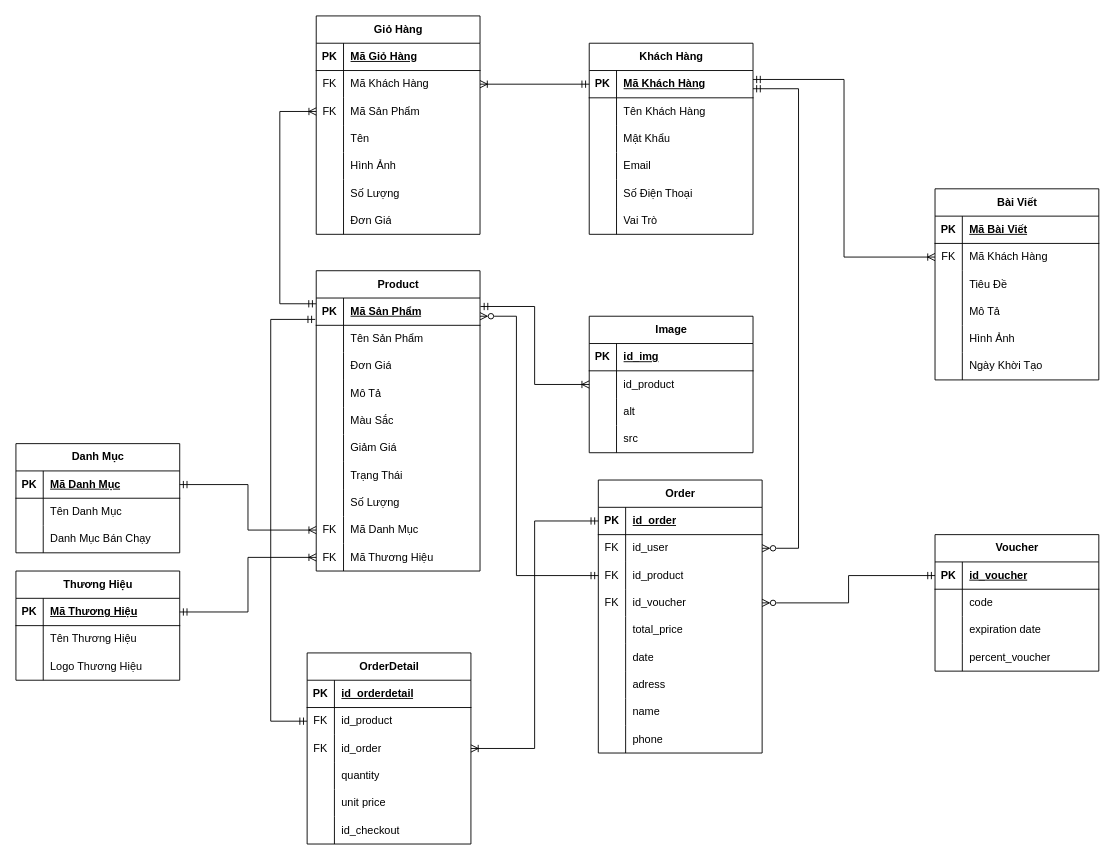
Earlier version of the draw.io diagram VN.drawio (Blion00/Blion00). Source tidied: cells renumbered, new cells numbered last; positions are measured from the earlier drawing's top-left corner, leaving out a move shared by most shapes. Both pictures are drawn from the tidied source at 91%, with x=0, y=0 at pixel (15, 15).
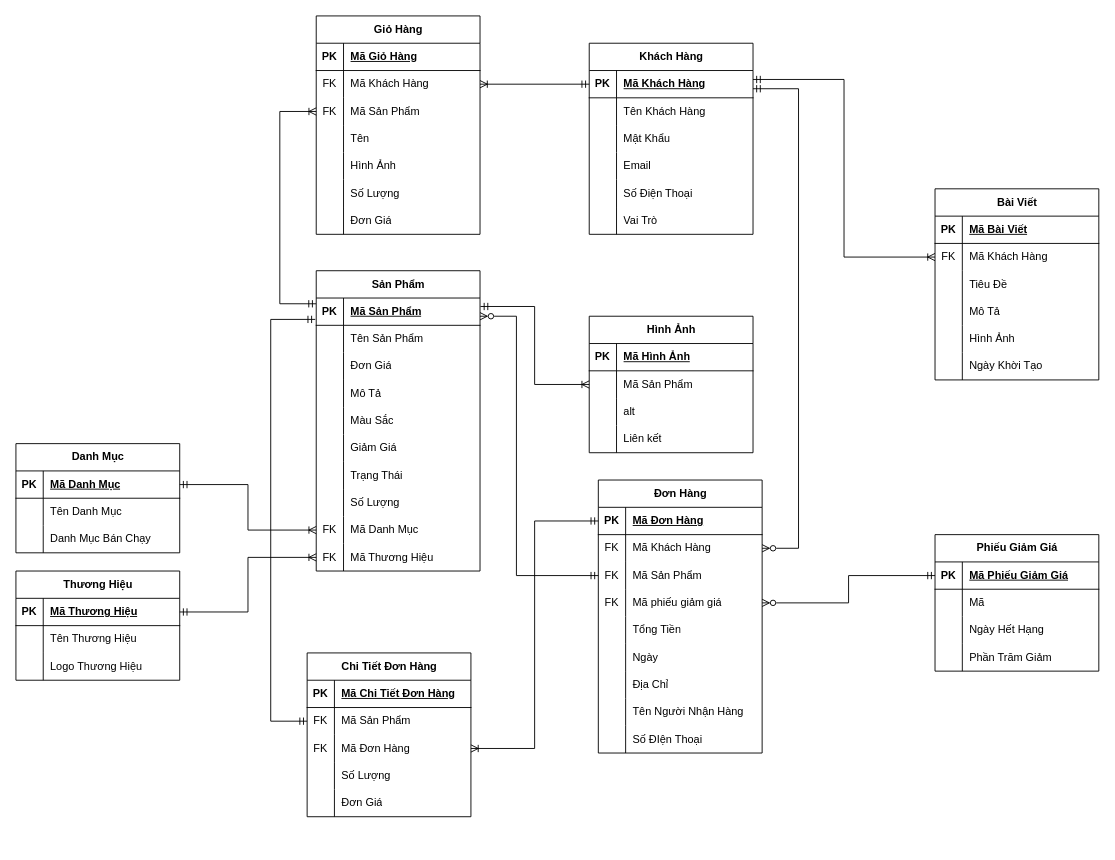
Above is the later version.

The change refers to these unchanged cells:
```xml
<mxCell id="44" style="shape=tableRow;horizontal=0;startSize=0;swimlaneHead=0;swimlaneBody=0;fillColor=none;top=0;left=0;right=0;bottom=1;" parent="43" vertex="1">
  <mxGeometry y="30" width="180" height="30" as="geometry" />
</mxCell>
<mxCell id="47" style="shape=tableRow;horizontal=0;startSize=0;swimlaneHead=0;swimlaneBody=0;fillColor=none;points=[[0,0.5],[1,0.5]];portConstraint=eastwest;top=0;left=0;right=0;bottom=0;" parent="43" vertex="1">
  <mxGeometry y="60" width="180" height="30" as="geometry" />
</mxCell>
<mxCell id="50" style="shape=tableRow;horizontal=0;startSize=0;swimlaneHead=0;swimlaneBody=0;fillColor=none;points=[[0,0.5],[1,0.5]];portConstraint=eastwest;top=0;left=0;right=0;bottom=0;" parent="43" vertex="1">
  <mxGeometry y="90" width="180" height="30" as="geometry" />
</mxCell>
<mxCell id="53" style="shape=tableRow;horizontal=0;startSize=0;swimlaneHead=0;swimlaneBody=0;fillColor=none;top=0;left=0;right=0;bottom=0;" parent="43" vertex="1">
  <mxGeometry y="120" width="180" height="30" as="geometry" />
</mxCell>
<mxCell id="56" style="shape=tableRow;horizontal=0;startSize=0;swimlaneHead=0;swimlaneBody=0;fillColor=none;top=0;left=0;right=0;bottom=0;" parent="43" vertex="1">
  <mxGeometry y="150" width="180" height="30" as="geometry" />
</mxCell>
<mxCell id="82" style="shape=tableRow;horizontal=0;startSize=0;swimlaneHead=0;swimlaneBody=0;fillColor=none;points=[[0,0.5],[1,0.5]];portConstraint=eastwest;top=0;left=0;right=0;bottom=1;" parent="81" vertex="1">
  <mxGeometry y="30" width="180" height="30" as="geometry" />
</mxCell>
<mxCell id="85" style="shape=tableRow;horizontal=0;startSize=0;swimlaneHead=0;swimlaneBody=0;fillColor=none;top=0;left=0;right=0;bottom=0;" parent="81" vertex="1">
  <mxGeometry y="60" width="180" height="30" as="geometry" />
</mxCell>
<mxCell id="88" style="shape=tableRow;horizontal=0;startSize=0;swimlaneHead=0;swimlaneBody=0;fillColor=none;top=0;left=0;right=0;bottom=0;" parent="81" vertex="1">
  <mxGeometry y="90" width="180" height="30" as="geometry" />
</mxCell>
<mxCell id="91" style="shape=tableRow;horizontal=0;startSize=0;swimlaneHead=0;swimlaneBody=0;fillColor=none;top=0;left=0;right=0;bottom=0;" parent="81" vertex="1">
  <mxGeometry y="120" width="180" height="30" as="geometry" />
</mxCell>
<mxCell id="117" style="shape=tableRow;horizontal=0;startSize=0;swimlaneHead=0;swimlaneBody=0;fillColor=none;points=[[0,0.5],[1,0.5]];portConstraint=eastwest;top=0;left=0;right=0;bottom=1;" parent="116" vertex="1">
  <mxGeometry y="30" width="180" height="30" as="geometry" />
</mxCell>
<mxCell id="120" style="shape=tableRow;horizontal=0;startSize=0;swimlaneHead=0;swimlaneBody=0;fillColor=none;points=[[0,0.5],[1,0.5]];portConstraint=eastwest;top=0;left=0;right=0;bottom=0;" parent="116" vertex="1">
  <mxGeometry y="60" width="180" height="30" as="geometry" />
</mxCell>
<mxCell id="123" style="shape=tableRow;horizontal=0;startSize=0;swimlaneHead=0;swimlaneBody=0;fillColor=none;points=[[0,0.5],[1,0.5]];portConstraint=eastwest;top=0;left=0;right=0;bottom=0;" parent="116" vertex="1">
  <mxGeometry y="90" width="180" height="30" as="geometry" />
</mxCell>
<mxCell id="126" style="shape=tableRow;horizontal=0;startSize=0;swimlaneHead=0;swimlaneBody=0;fillColor=none;points=[[0,0.5],[1,0.5]];portConstraint=eastwest;top=0;left=0;right=0;bottom=0;" parent="116" vertex="1">
  <mxGeometry y="120" width="180" height="30" as="geometry" />
</mxCell>
<mxCell id="129" style="shape=tableRow;horizontal=0;startSize=0;swimlaneHead=0;swimlaneBody=0;fillColor=none;top=0;left=0;right=0;bottom=0;" parent="116" vertex="1">
  <mxGeometry y="150" width="180" height="30" as="geometry" />
</mxCell>
<mxCell id="132" style="shape=tableRow;horizontal=0;startSize=0;swimlaneHead=0;swimlaneBody=0;fillColor=none;top=0;left=0;right=0;bottom=0;" parent="116" vertex="1">
  <mxGeometry y="180" width="180" height="30" as="geometry" />
</mxCell>
<mxCell id="135" style="shape=tableRow;horizontal=0;startSize=0;swimlaneHead=0;swimlaneBody=0;fillColor=none;top=0;left=0;right=0;bottom=0;" parent="116" vertex="1">
  <mxGeometry y="210" width="180" height="30" as="geometry" />
</mxCell>
<mxCell id="138" style="shape=tableRow;horizontal=0;startSize=0;swimlaneHead=0;swimlaneBody=0;fillColor=none;top=0;left=0;right=0;bottom=0;" parent="116" vertex="1">
  <mxGeometry y="240" width="180" height="30" as="geometry" />
</mxCell>
<mxCell id="141" style="shape=tableRow;horizontal=0;startSize=0;swimlaneHead=0;swimlaneBody=0;fillColor=none;top=0;left=0;right=0;bottom=0;" parent="116" vertex="1">
  <mxGeometry y="270" width="180" height="30" as="geometry" />
</mxCell>
<mxCell id="185" style="shape=tableRow;horizontal=0;startSize=0;swimlaneHead=0;swimlaneBody=0;fillColor=none;top=0;left=0;right=0;bottom=1;" parent="184" vertex="1">
  <mxGeometry y="30" width="180" height="30" as="geometry" />
</mxCell>
<mxCell id="188" style="shape=tableRow;horizontal=0;startSize=0;swimlaneHead=0;swimlaneBody=0;fillColor=none;points=[[0,0.5],[1,0.5]];portConstraint=eastwest;top=0;left=0;right=0;bottom=0;" parent="184" vertex="1">
  <mxGeometry y="60" width="180" height="30" as="geometry" />
</mxCell>
<mxCell id="194" style="shape=tableRow;horizontal=0;startSize=0;swimlaneHead=0;swimlaneBody=0;fillColor=none;top=0;left=0;right=0;bottom=0;" parent="184" vertex="1">
  <mxGeometry y="120" width="180" height="30" as="geometry" />
</mxCell>
```

Diff of the diagram source:
```diff
@@
-    <mxCell id="2" value="Product" style="shape=table;startSize=30;childLayout=tableLayout;rowLines=0;fontStyle=1;align=center;html=1;" parent="1" vertex="1">
+    <mxCell id="2" value="Sản Phẩm" style="shape=table;startSize=30;childLayout=tableLayout;rowLines=0;fontStyle=1;align=center;html=1;" parent="1" vertex="1">
       <mxGeometry x="330" y="280" width="180" height="330" as="geometry" />
     </mxCell>
@@
-    <mxCell id="43" value="OrderDetail" style="shape=table;startSize=30;childLayout=tableLayout;rowLines=0;fontStyle=1;align=center;html=1;" parent="1" vertex="1">
-      <mxGeometry x="320" y="700" width="180" height="210" as="geometry" />
+    <mxCell id="43" value="Chi Tiết Đơn Hàng" style="shape=table;startSize=30;childLayout=tableLayout;rowLines=0;fontStyle=1;align=center;html=1;" parent="1" vertex="1">
+      <mxGeometry x="320" y="700" width="180" height="180" as="geometry" />
     </mxCell>
@@
-    <mxCell id="46" value="id_orderdetail" style="shape=partialRectangle;fillColor=none;top=0;left=0;bottom=0;right=0;align=left;spacingLeft=6;fontStyle=5;overflow=hidden;whiteSpace=wrap;html=1;" parent="44" vertex="1">
+    <mxCell id="46" value="Mã Chi Tiết Đơn Hàng" style="shape=partialRectangle;fillColor=none;top=0;left=0;bottom=0;right=0;align=left;spacingLeft=6;fontStyle=5;overflow=hidden;whiteSpace=wrap;html=1;" parent="44" vertex="1">
       <mxGeometry x="30" width="150" height="30" as="geometry" />
     </mxCell>
@@
-    <mxCell id="49" value="id_product" style="shape=partialRectangle;fillColor=none;top=0;left=0;bottom=0;right=0;align=left;spacingLeft=6;overflow=hidden;whiteSpace=wrap;html=1;" parent="47" vertex="1">
+    <mxCell id="49" value="Mã Sản Phẩm" style="shape=partialRectangle;fillColor=none;top=0;left=0;bottom=0;right=0;align=left;spacingLeft=6;overflow=hidden;whiteSpace=wrap;html=1;" parent="47" vertex="1">
       <mxGeometry x="30" width="150" height="30" as="geometry" />
     </mxCell>
@@
-    <mxCell id="52" value="id_order" style="shape=partialRectangle;fillColor=none;top=0;left=0;bottom=0;right=0;align=left;spacingLeft=6;overflow=hidden;whiteSpace=wrap;html=1;" parent="50" vertex="1">
+    <mxCell id="52" value="Mã Đơn Hàng" style="shape=partialRectangle;fillColor=none;top=0;left=0;bottom=0;right=0;align=left;spacingLeft=6;overflow=hidden;whiteSpace=wrap;html=1;" parent="50" vertex="1">
       <mxGeometry x="30" width="150" height="30" as="geometry" />
     </mxCell>
@@
-    <mxCell id="55" value="quantity" style="shape=partialRectangle;fillColor=none;top=0;left=0;bottom=0;right=0;align=left;spacingLeft=6;overflow=hidden;whiteSpace=wrap;html=1;" parent="53" vertex="1">
+    <mxCell id="55" value="Số Lượng" style="shape=partialRectangle;fillColor=none;top=0;left=0;bottom=0;right=0;align=left;spacingLeft=6;overflow=hidden;whiteSpace=wrap;html=1;" parent="53" vertex="1">
       <mxGeometry x="30" width="150" height="30" as="geometry" />
     </mxCell>
@@
-    <mxCell id="58" value="unit price" style="shape=partialRectangle;fillColor=none;top=0;left=0;bottom=0;right=0;align=left;spacingLeft=6;overflow=hidden;whiteSpace=wrap;html=1;" parent="56" vertex="1">
+    <mxCell id="58" value="Đơn Giá" style="shape=partialRectangle;fillColor=none;top=0;left=0;bottom=0;right=0;align=left;spacingLeft=6;overflow=hidden;whiteSpace=wrap;html=1;" parent="56" vertex="1">
       <mxGeometry x="30" width="150" height="30" as="geometry" />
     </mxCell>
-    <mxCell id="59" style="shape=tableRow;horizontal=0;startSize=0;swimlaneHead=0;swimlaneBody=0;fillColor=none;top=0;left=0;right=0;bottom=0;" parent="43" vertex="1">
-      <mxGeometry y="180" width="180" height="30" as="geometry" />
-    </mxCell>
-    <mxCell id="60" style="shape=partialRectangle;fillColor=none;top=0;left=0;bottom=0;right=0;overflow=hidden;whiteSpace=wrap;html=1;" parent="59" vertex="1">
-      <mxGeometry width="30" height="30" as="geometry" />
-    </mxCell>
-    <mxCell id="61" value="id_checkout" style="shape=partialRectangle;fillColor=none;top=0;left=0;bottom=0;right=0;align=left;spacingLeft=6;overflow=hidden;whiteSpace=wrap;html=1;" parent="59" vertex="1">
-      <mxGeometry x="30" width="150" height="30" as="geometry" />
-    </mxCell>
@@
-    <mxCell id="81" value="Voucher" style="shape=table;startSize=30;childLayout=tableLayout;rowLines=0;fontStyle=1;align=center;html=1;" parent="1" vertex="1">
+    <mxCell id="81" value="Phiếu Giảm Giá" style="shape=table;startSize=30;childLayout=tableLayout;rowLines=0;fontStyle=1;align=center;html=1;" parent="1" vertex="1">
       <mxGeometry x="1010" y="570" width="180" height="150" as="geometry" />
     </mxCell>
@@
-    <mxCell id="84" value="id_voucher" style="shape=partialRectangle;fillColor=none;top=0;left=0;bottom=0;right=0;align=left;spacingLeft=6;fontStyle=5;overflow=hidden;whiteSpace=wrap;html=1;" parent="82" vertex="1">
+    <mxCell id="84" value="Mã Phiếu Giảm Giá" style="shape=partialRectangle;fillColor=none;top=0;left=0;bottom=0;right=0;align=left;spacingLeft=6;fontStyle=5;overflow=hidden;whiteSpace=wrap;html=1;" parent="82" vertex="1">
       <mxGeometry x="30" width="150" height="30" as="geometry" />
     </mxCell>
@@
-    <mxCell id="87" value="code" style="shape=partialRectangle;fillColor=none;top=0;left=0;bottom=0;right=0;align=left;spacingLeft=6;overflow=hidden;whiteSpace=wrap;html=1;" parent="85" vertex="1">
+    <mxCell id="87" value="Mã" style="shape=partialRectangle;fillColor=none;top=0;left=0;bottom=0;right=0;align=left;spacingLeft=6;overflow=hidden;whiteSpace=wrap;html=1;" parent="85" vertex="1">
       <mxGeometry x="30" width="150" height="30" as="geometry" />
     </mxCell>
@@
-    <mxCell id="90" value="expiration date" style="shape=partialRectangle;fillColor=none;top=0;left=0;bottom=0;right=0;align=left;spacingLeft=6;overflow=hidden;whiteSpace=wrap;html=1;" parent="88" vertex="1">
+    <mxCell id="90" value="Ngày Hết Hạng" style="shape=partialRectangle;fillColor=none;top=0;left=0;bottom=0;right=0;align=left;spacingLeft=6;overflow=hidden;whiteSpace=wrap;html=1;" parent="88" vertex="1">
       <mxGeometry x="30" width="150" height="30" as="geometry" />
     </mxCell>
@@
-    <mxCell id="93" value="percent_voucher" style="shape=partialRectangle;fillColor=none;top=0;left=0;bottom=0;right=0;align=left;spacingLeft=6;overflow=hidden;whiteSpace=wrap;html=1;" parent="91" vertex="1">
+    <mxCell id="93" value="Phần Trăm Giảm" style="shape=partialRectangle;fillColor=none;top=0;left=0;bottom=0;right=0;align=left;spacingLeft=6;overflow=hidden;whiteSpace=wrap;html=1;" parent="91" vertex="1">
       <mxGeometry x="30" width="150" height="30" as="geometry" />
     </mxCell>
@@
-    <mxCell id="116" value="Order" style="shape=table;startSize=30;childLayout=tableLayout;rowLines=0;fontStyle=1;align=center;html=1;" parent="1" vertex="1">
+    <mxCell id="116" value="Đơn Hàng" style="shape=table;startSize=30;childLayout=tableLayout;rowLines=0;fontStyle=1;align=center;html=1;" parent="1" vertex="1">
       <mxGeometry x="640" y="510" width="180" height="300" as="geometry" />
     </mxCell>
@@
-    <mxCell id="119" value="id_order" style="shape=partialRectangle;fillColor=none;top=0;left=0;bottom=0;right=0;align=left;spacingLeft=6;fontStyle=5;overflow=hidden;whiteSpace=wrap;html=1;" parent="117" vertex="1">
+    <mxCell id="119" value="Mã Đơn Hàng" style="shape=partialRectangle;fillColor=none;top=0;left=0;bottom=0;right=0;align=left;spacingLeft=6;fontStyle=5;overflow=hidden;whiteSpace=wrap;html=1;" parent="117" vertex="1">
       <mxGeometry x="30" width="150" height="30" as="geometry" />
     </mxCell>
@@
-    <mxCell id="122" value="id_user" style="shape=partialRectangle;fillColor=none;top=0;left=0;bottom=0;right=0;align=left;spacingLeft=6;overflow=hidden;whiteSpace=wrap;html=1;" parent="120" vertex="1">
+    <mxCell id="122" value="Mã Khách Hàng" style="shape=partialRectangle;fillColor=none;top=0;left=0;bottom=0;right=0;align=left;spacingLeft=6;overflow=hidden;whiteSpace=wrap;html=1;" parent="120" vertex="1">
       <mxGeometry x="30" width="150" height="30" as="geometry" />
     </mxCell>
@@
-    <mxCell id="125" value="id_product" style="shape=partialRectangle;fillColor=none;top=0;left=0;bottom=0;right=0;align=left;spacingLeft=6;overflow=hidden;whiteSpace=wrap;html=1;" parent="123" vertex="1">
+    <mxCell id="125" value="Mã Sản Phẩm" style="shape=partialRectangle;fillColor=none;top=0;left=0;bottom=0;right=0;align=left;spacingLeft=6;overflow=hidden;whiteSpace=wrap;html=1;" parent="123" vertex="1">
       <mxGeometry x="30" width="150" height="30" as="geometry" />
     </mxCell>
@@
-    <mxCell id="128" value="id_voucher" style="shape=partialRectangle;fillColor=none;top=0;left=0;bottom=0;right=0;align=left;spacingLeft=6;overflow=hidden;whiteSpace=wrap;html=1;" parent="126" vertex="1">
+    <mxCell id="128" value="Mã phiếu giảm giá" style="shape=partialRectangle;fillColor=none;top=0;left=0;bottom=0;right=0;align=left;spacingLeft=6;overflow=hidden;whiteSpace=wrap;html=1;" parent="126" vertex="1">
       <mxGeometry x="30" width="150" height="30" as="geometry" />
     </mxCell>
@@
-    <mxCell id="131" value="total_price" style="shape=partialRectangle;fillColor=none;top=0;left=0;bottom=0;right=0;align=left;spacingLeft=6;overflow=hidden;whiteSpace=wrap;html=1;" parent="129" vertex="1">
+    <mxCell id="131" value="Tổng Tiền" style="shape=partialRectangle;fillColor=none;top=0;left=0;bottom=0;right=0;align=left;spacingLeft=6;overflow=hidden;whiteSpace=wrap;html=1;" parent="129" vertex="1">
       <mxGeometry x="30" width="150" height="30" as="geometry" />
     </mxCell>
@@
-    <mxCell id="134" value="date" style="shape=partialRectangle;fillColor=none;top=0;left=0;bottom=0;right=0;align=left;spacingLeft=6;overflow=hidden;whiteSpace=wrap;html=1;" parent="132" vertex="1">
+    <mxCell id="134" value="Ngày" style="shape=partialRectangle;fillColor=none;top=0;left=0;bottom=0;right=0;align=left;spacingLeft=6;overflow=hidden;whiteSpace=wrap;html=1;" parent="132" vertex="1">
       <mxGeometry x="30" width="150" height="30" as="geometry" />
     </mxCell>
@@
-    <mxCell id="137" value="adress" style="shape=partialRectangle;fillColor=none;top=0;left=0;bottom=0;right=0;align=left;spacingLeft=6;overflow=hidden;whiteSpace=wrap;html=1;" parent="135" vertex="1">
+    <mxCell id="137" value="Địa Chỉ" style="shape=partialRectangle;fillColor=none;top=0;left=0;bottom=0;right=0;align=left;spacingLeft=6;overflow=hidden;whiteSpace=wrap;html=1;" parent="135" vertex="1">
       <mxGeometry x="30" width="150" height="30" as="geometry" />
     </mxCell>
@@
-    <mxCell id="140" value="name" style="shape=partialRectangle;fillColor=none;top=0;left=0;bottom=0;right=0;align=left;spacingLeft=6;overflow=hidden;whiteSpace=wrap;html=1;" parent="138" vertex="1">
+    <mxCell id="140" value="Tên Người Nhận Hàng" style="shape=partialRectangle;fillColor=none;top=0;left=0;bottom=0;right=0;align=left;spacingLeft=6;overflow=hidden;whiteSpace=wrap;html=1;" parent="138" vertex="1">
       <mxGeometry x="30" width="150" height="30" as="geometry" />
     </mxCell>
@@
-    <mxCell id="143" value="phone" style="shape=partialRectangle;fillColor=none;top=0;left=0;bottom=0;right=0;align=left;spacingLeft=6;overflow=hidden;whiteSpace=wrap;html=1;" parent="141" vertex="1">
+    <mxCell id="143" value="Số ĐIện Thoại" style="shape=partialRectangle;fillColor=none;top=0;left=0;bottom=0;right=0;align=left;spacingLeft=6;overflow=hidden;whiteSpace=wrap;html=1;" parent="141" vertex="1">
       <mxGeometry x="30" width="150" height="30" as="geometry" />
     </mxCell>
@@
-    <mxCell id="184" value="Image" style="shape=table;startSize=30;childLayout=tableLayout;rowLines=0;fontStyle=1;align=center;html=1;" parent="1" vertex="1">
+    <mxCell id="184" value="Hình Ảnh" style="shape=table;startSize=30;childLayout=tableLayout;rowLines=0;fontStyle=1;align=center;html=1;" parent="1" vertex="1">
       <mxGeometry x="630" y="330" width="180" height="150" as="geometry" />
     </mxCell>
@@
-    <mxCell id="187" value="id_img" style="shape=partialRectangle;fillColor=none;top=0;left=0;bottom=0;right=0;align=left;spacingLeft=6;fontStyle=5;overflow=hidden;whiteSpace=wrap;html=1;" parent="185" vertex="1">
+    <mxCell id="187" value="Mã Hình Ảnh" style="shape=partialRectangle;fillColor=none;top=0;left=0;bottom=0;right=0;align=left;spacingLeft=6;fontStyle=5;overflow=hidden;whiteSpace=wrap;html=1;" parent="185" vertex="1">
       <mxGeometry x="30" width="150" height="30" as="geometry" />
     </mxCell>
@@
-    <mxCell id="190" value="id_product" style="shape=partialRectangle;fillColor=none;top=0;left=0;bottom=0;right=0;align=left;spacingLeft=6;overflow=hidden;whiteSpace=wrap;html=1;" parent="188" vertex="1">
+    <mxCell id="190" value="Mã Sản Phẩm" style="shape=partialRectangle;fillColor=none;top=0;left=0;bottom=0;right=0;align=left;spacingLeft=6;overflow=hidden;whiteSpace=wrap;html=1;" parent="188" vertex="1">
       <mxGeometry x="30" width="150" height="30" as="geometry" />
     </mxCell>
@@
-    <mxCell id="196" value="src" style="shape=partialRectangle;fillColor=none;top=0;left=0;bottom=0;right=0;align=left;spacingLeft=6;overflow=hidden;whiteSpace=wrap;html=1;" parent="194" vertex="1">
+    <mxCell id="196" value="Liên kết" style="shape=partialRectangle;fillColor=none;top=0;left=0;bottom=0;right=0;align=left;spacingLeft=6;overflow=hidden;whiteSpace=wrap;html=1;" parent="194" vertex="1">
       <mxGeometry x="30" width="150" height="30" as="geometry" />
     </mxCell>
```
